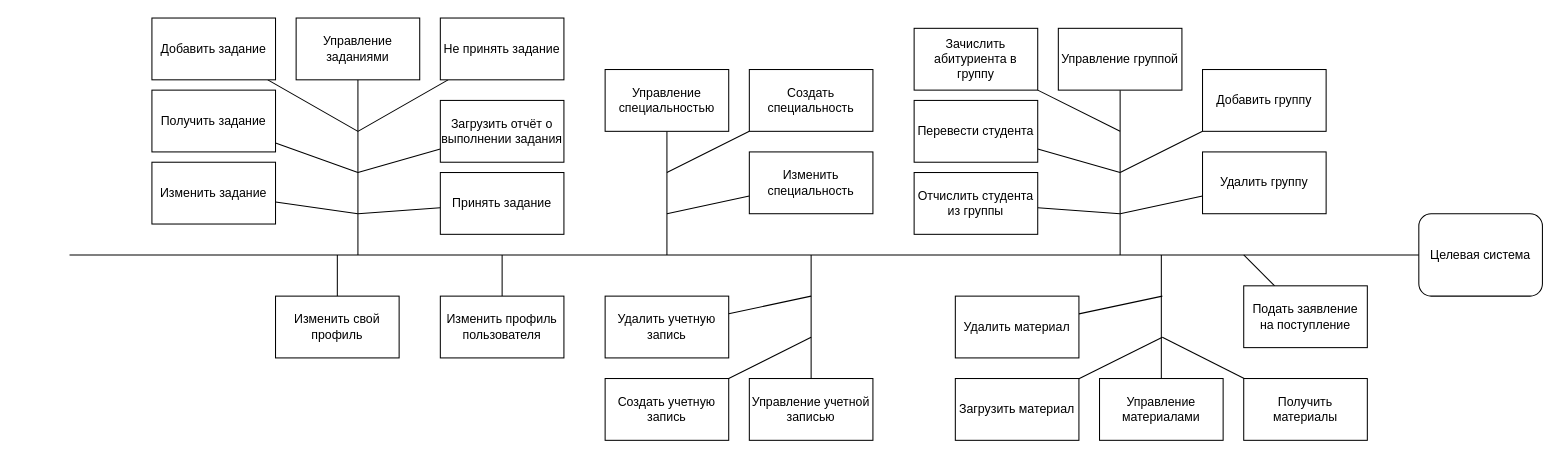
Before: Fundamentals_of_Software_Engineering/doc/1 spec/function-tree.drawio in Lichuhah/SUAI_5sem, a draw.io diagram. Source tidied: cells renumbered, new cells numbered last; positions are measured from the earlier drawing's top-left corner, leaving out a move shared by most shapes. Both pictures are drawn from the tidied source at 103%, with x=0, y=0 at pixel (69, 18).
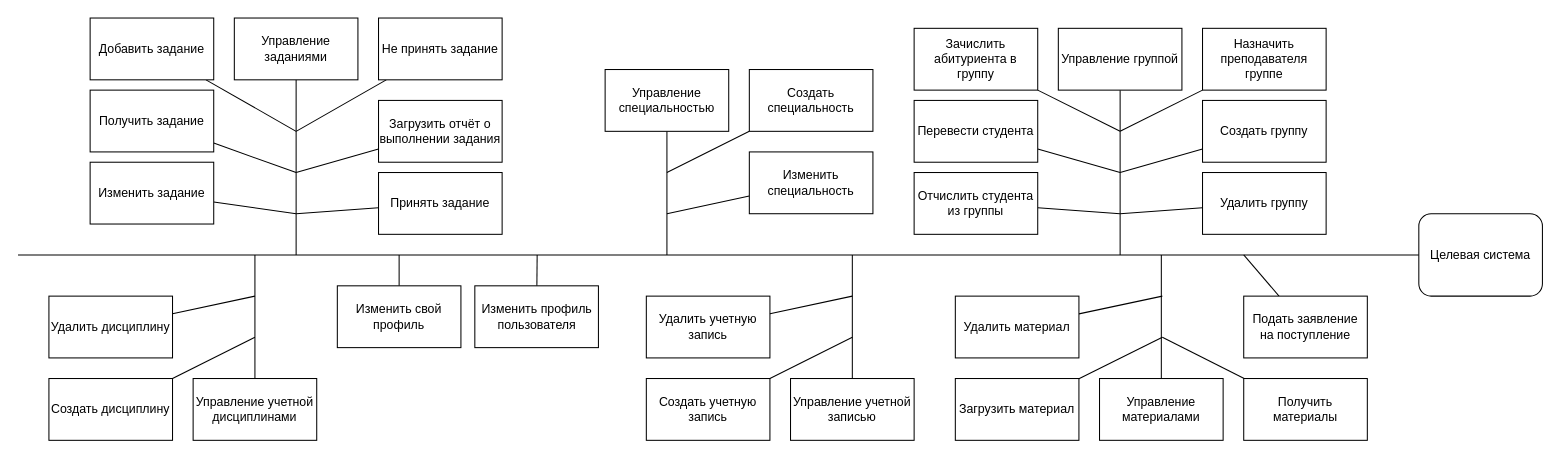
The same page after the edit.

Commit message (it also covers changes not shown here):
Добавил управление дисциплин в use-case и допилил документ №1 (Надеюсь)

The change refers to these unchanged cells:
```xml
<mxCell id="2" value="Целевая система" style="rounded=1;whiteSpace=wrap;html=1;" parent="1" vertex="1">
  <mxGeometry x="1310" y="190" width="120" height="80" as="geometry" />
</mxCell>
```

The edit, as a diff of the source:
```diff
@@
     <mxCell id="3" style="endArrow=none;html=1;" parent="1" edge="1" target="2">
       <mxGeometry relative="1" as="geometry">
-        <mxPoint y="230" as="sourcePoint" />
+        <mxPoint x="-50" y="230" as="sourcePoint" />
       </mxGeometry>
     </mxCell>
     <mxCell id="4" style="edgeStyle=none;rounded=0;jettySize=auto;html=1;endArrow=none;endFill=0;" parent="1" edge="1" source="5">
       <mxGeometry relative="1" as="geometry">
-        <mxPoint x="280" y="150" as="targetPoint" />
+        <mxPoint x="220" y="150" as="targetPoint" />
       </mxGeometry>
     </mxCell>
     <mxCell id="5" value="&lt;span&gt;Получить задание&lt;/span&gt;" style="rounded=0;whiteSpace=wrap;html=1;" parent="1" vertex="1">
-      <mxGeometry x="80" y="70" width="120" height="60" as="geometry" />
+      <mxGeometry x="20" y="70" width="120" height="60" as="geometry" />
     </mxCell>
     <mxCell id="6" style="edgeStyle=none;rounded=0;jettySize=auto;html=1;endArrow=none;endFill=0;" parent="1" edge="1" source="7">
       <mxGeometry relative="1" as="geometry">
-        <mxPoint x="280" y="110" as="targetPoint" />
+        <mxPoint x="220" y="110" as="targetPoint" />
       </mxGeometry>
     </mxCell>
     <mxCell id="7" value="&lt;span&gt;Добавить задание&lt;/span&gt;" style="rounded=0;whiteSpace=wrap;html=1;" parent="1" vertex="1">
-      <mxGeometry x="80" width="120" height="60" as="geometry" />
+      <mxGeometry x="20" width="120" height="60" as="geometry" />
     </mxCell>
@@
     <mxCell id="11" value="&lt;span&gt;Подать заявление на поступление&lt;/span&gt;" style="rounded=0;whiteSpace=wrap;html=1;" parent="1" vertex="1">
-      <mxGeometry x="1140" y="260" width="120" height="60" as="geometry" />
+      <mxGeometry x="1140" y="270" width="120" height="60" as="geometry" />
     </mxCell>
@@
     <mxCell id="16" style="edgeStyle=none;rounded=0;jettySize=auto;html=1;endArrow=none;endFill=0;" parent="1" edge="1" source="17">
       <mxGeometry relative="1" as="geometry">
-        <mxPoint x="280" y="150" as="targetPoint" />
+        <mxPoint x="220" y="150" as="targetPoint" />
       </mxGeometry>
     </mxCell>
     <mxCell id="17" value="&lt;span&gt;Загрузить отчёт о выполнении задания&lt;/span&gt;" style="rounded=0;whiteSpace=wrap;html=1;" parent="1" vertex="1">
-      <mxGeometry x="360" y="80" width="120" height="60" as="geometry" />
+      <mxGeometry x="300" y="80" width="120" height="60" as="geometry" />
     </mxCell>
     <mxCell id="18" value="Удалить учетную запись" style="rounded=0;whiteSpace=wrap;html=1;" parent="1" vertex="1">
-      <mxGeometry x="520" y="270" width="120" height="60" as="geometry" />
+      <mxGeometry x="560" y="270" width="120" height="60" as="geometry" />
     </mxCell>
     <mxCell id="19" value="Создать учетную запись" style="rounded=0;whiteSpace=wrap;html=1;" parent="1" vertex="1">
-      <mxGeometry x="520" y="350" width="120" height="60" as="geometry" />
+      <mxGeometry x="560" y="350" width="120" height="60" as="geometry" />
     </mxCell>
     <mxCell id="20" value="Управление&amp;nbsp;учетной записью" style="rounded=0;whiteSpace=wrap;html=1;" parent="1" vertex="1">
-      <mxGeometry x="660" y="350" width="120" height="60" as="geometry" />
+      <mxGeometry x="700" y="350" width="120" height="60" as="geometry" />
     </mxCell>
     <mxCell id="21" style="endArrow=none;html=1;" parent="1" edge="1" source="20">
       <mxGeometry relative="1" as="geometry">
-        <mxPoint x="720" y="230" as="targetPoint" />
+        <mxPoint x="760" y="230" as="targetPoint" />
       </mxGeometry>
     </mxCell>
     <mxCell id="22" style="endArrow=none;html=1;" parent="1" edge="1" source="18">
       <mxGeometry relative="1" as="geometry">
-        <mxPoint x="720" y="270" as="targetPoint" />
+        <mxPoint x="760" y="270" as="targetPoint" />
       </mxGeometry>
     </mxCell>
     <mxCell id="23" style="endArrow=none;html=1;" parent="1" edge="1" source="19">
       <mxGeometry relative="1" as="geometry">
-        <mxPoint x="720" y="310" as="targetPoint" />
+        <mxPoint x="760" y="310" as="targetPoint" />
       </mxGeometry>
     </mxCell>
@@
-    <mxCell id="27" value="Добавить группу" style="rounded=0;whiteSpace=wrap;html=1;" parent="1" vertex="1">
-      <mxGeometry x="1100" y="50" width="120" height="60" as="geometry" />
+    <mxCell id="27" value="Создать группу" style="rounded=0;whiteSpace=wrap;html=1;" parent="1" vertex="1">
+      <mxGeometry x="1100" y="80" width="120" height="60" as="geometry" />
     </mxCell>
@@
     <mxCell id="29" value="Удалить группу" style="rounded=0;whiteSpace=wrap;html=1;" parent="1" vertex="1">
-      <mxGeometry x="1100" y="130" width="120" height="60" as="geometry" />
+      <mxGeometry x="1100" y="150" width="120" height="60" as="geometry" />
     </mxCell>
@@
     <mxCell id="42" style="edgeStyle=none;rounded=0;jettySize=auto;html=1;endArrow=none;endFill=0;" parent="1" edge="1" source="43">
       <mxGeometry relative="1" as="geometry">
-        <mxPoint x="280" y="190" as="targetPoint" />
+        <mxPoint x="220" y="190" as="targetPoint" />
       </mxGeometry>
     </mxCell>
     <mxCell id="43" value="&lt;span&gt;Изменить задание&lt;/span&gt;" style="rounded=0;whiteSpace=wrap;html=1;" parent="1" vertex="1">
-      <mxGeometry x="80" y="140" width="120" height="60" as="geometry" />
+      <mxGeometry x="20" y="140" width="120" height="60" as="geometry" />
     </mxCell>
     <mxCell id="44" style="edgeStyle=none;rounded=0;jettySize=auto;html=1;endArrow=none;endFill=0;" parent="1" edge="1" source="45">
       <mxGeometry relative="1" as="geometry">
-        <mxPoint x="280" y="190" as="targetPoint" />
+        <mxPoint x="220" y="190" as="targetPoint" />
       </mxGeometry>
     </mxCell>
     <mxCell id="45" value="Принять задание" style="rounded=0;whiteSpace=wrap;html=1;" parent="1" vertex="1">
-      <mxGeometry x="360" y="150" width="120" height="60" as="geometry" />
+      <mxGeometry x="300" y="150" width="120" height="60" as="geometry" />
     </mxCell>
     <mxCell id="46" style="edgeStyle=none;rounded=0;jettySize=auto;html=1;endArrow=none;endFill=0;" parent="1" edge="1" source="47">
       <mxGeometry relative="1" as="geometry">
-        <mxPoint x="280" y="110" as="targetPoint" />
+        <mxPoint x="220" y="110" as="targetPoint" />
       </mxGeometry>
     </mxCell>
     <mxCell id="47" value="Не принять задание" style="rounded=0;whiteSpace=wrap;html=1;" parent="1" vertex="1">
-      <mxGeometry x="360" width="120" height="60" as="geometry" />
+      <mxGeometry x="300" width="120" height="60" as="geometry" />
     </mxCell>
     <mxCell id="48" style="edgeStyle=none;rounded=0;jettySize=auto;html=1;endArrow=none;endFill=0;" parent="1" edge="1" source="49">
       <mxGeometry relative="1" as="geometry">
-        <mxPoint x="280" y="230" as="targetPoint" />
+        <mxPoint x="220" y="230" as="targetPoint" />
       </mxGeometry>
     </mxCell>
     <mxCell id="49" value="Управление заданиями" style="rounded=0;whiteSpace=wrap;html=1;" parent="1" vertex="1">
-      <mxGeometry x="220" width="120" height="60" as="geometry" />
+      <mxGeometry x="160" width="120" height="60" as="geometry" />
     </mxCell>
@@
     <mxCell id="52" style="edgeStyle=none;rounded=0;jettySize=auto;html=1;endArrow=none;endFill=0;" parent="1" edge="1" source="53">
       <mxGeometry relative="1" as="geometry">
-        <mxPoint x="420" y="230" as="targetPoint" />
+        <mxPoint x="454" y="230" as="targetPoint" />
       </mxGeometry>
     </mxCell>
     <mxCell id="53" value="Изменить профиль пользователя" style="rounded=0;whiteSpace=wrap;html=1;" parent="1" vertex="1">
-      <mxGeometry x="360" y="270" width="120" height="60" as="geometry" />
+      <mxGeometry x="393.5" y="260" width="120" height="60" as="geometry" />
     </mxCell>
     <mxCell id="54" style="edgeStyle=none;rounded=0;jettySize=auto;html=1;endArrow=none;endFill=0;" parent="1" edge="1" source="55">
       <mxGeometry relative="1" as="geometry">
-        <mxPoint x="260" y="230" as="targetPoint" />
+        <mxPoint x="320" y="230" as="targetPoint" />
       </mxGeometry>
     </mxCell>
     <mxCell id="55" value="Изменить свой профиль" style="rounded=0;whiteSpace=wrap;html=1;" parent="1" vertex="1">
-      <mxGeometry x="200" y="270" width="120" height="60" as="geometry" />
+      <mxGeometry x="260" y="260" width="120" height="60" as="geometry" />
     </mxCell>
+    <mxCell id="56" style="rounded=0;jettySize=auto;html=1;endArrow=none;endFill=0;" parent="1" edge="1" source="57">
+      <mxGeometry relative="1" as="geometry">
+        <mxPoint x="1020" y="110" as="targetPoint" />
+      </mxGeometry>
+    </mxCell>
+    <mxCell id="57" value="Назначить преподавателя группе" style="rounded=0;whiteSpace=wrap;html=1;" parent="1" vertex="1">
+      <mxGeometry x="1100" y="10" width="120" height="60" as="geometry" />
+    </mxCell>
+    <mxCell id="58" value="Создать дисциплину" style="rounded=0;whiteSpace=wrap;html=1;" parent="1" vertex="1">
+      <mxGeometry x="-20" y="350" width="120" height="60" as="geometry" />
+    </mxCell>
+    <mxCell id="59" value="Удалить дисциплину" style="rounded=0;whiteSpace=wrap;html=1;" parent="1" vertex="1">
+      <mxGeometry x="-20" y="270" width="120" height="60" as="geometry" />
+    </mxCell>
+    <mxCell id="60" value="Управление&amp;nbsp;учетной дисциплинами" style="rounded=0;whiteSpace=wrap;html=1;" parent="1" vertex="1">
+      <mxGeometry x="120" y="350" width="120" height="60" as="geometry" />
+    </mxCell>
+    <mxCell id="61" style="endArrow=none;html=1;" parent="1" edge="1" source="58">
+      <mxGeometry relative="1" as="geometry">
+        <mxPoint x="180" y="310" as="targetPoint" />
+      </mxGeometry>
+    </mxCell>
+    <mxCell id="62" style="endArrow=none;html=1;" parent="1" edge="1" source="59">
+      <mxGeometry relative="1" as="geometry">
+        <mxPoint x="180" y="270" as="targetPoint" />
+      </mxGeometry>
+    </mxCell>
+    <mxCell id="63" style="endArrow=none;html=1;" parent="1" edge="1" source="60">
+      <mxGeometry relative="1" as="geometry">
+        <mxPoint x="180" y="230" as="targetPoint" />
+      </mxGeometry>
+    </mxCell>
```
